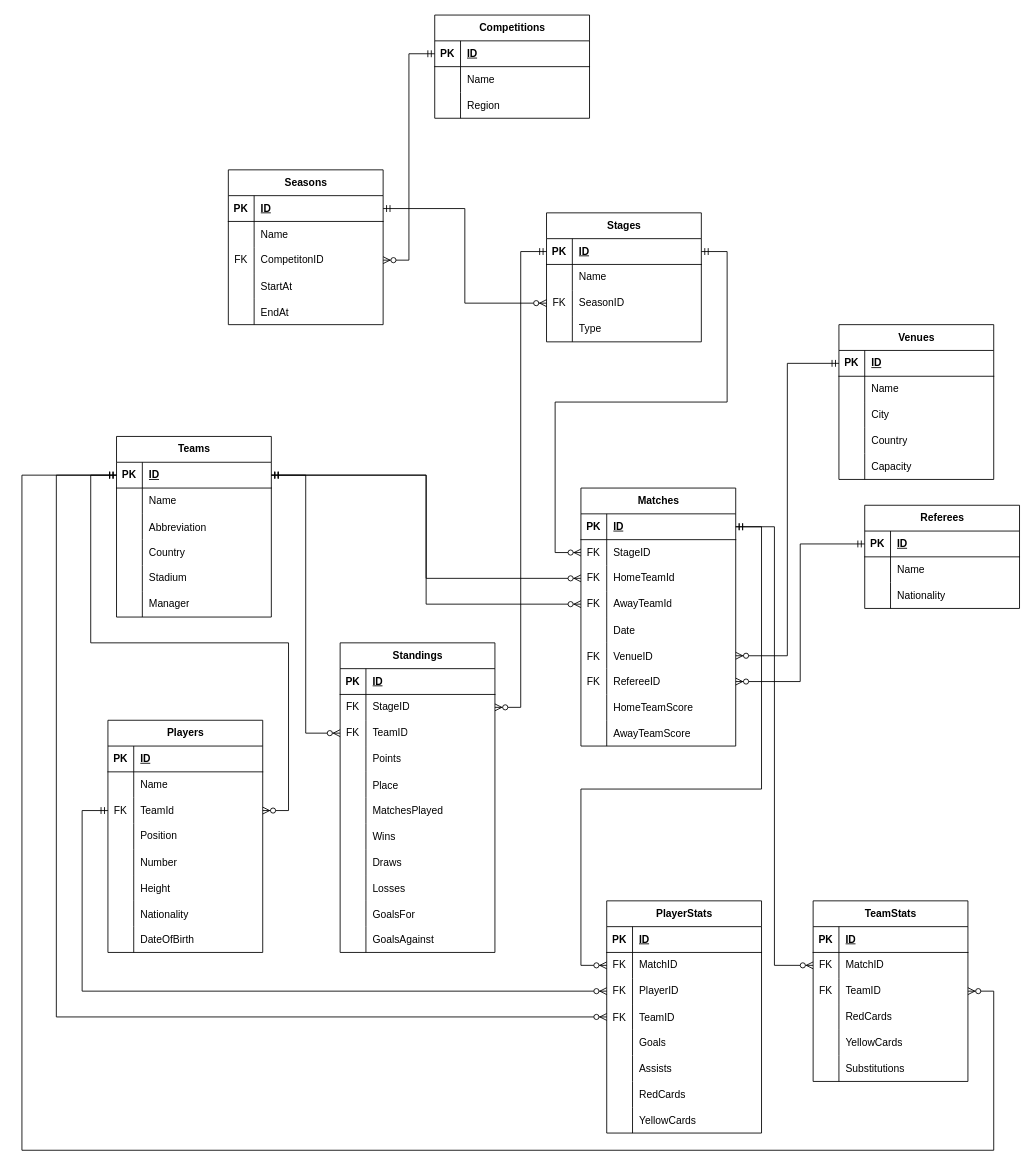
Before: api/diagrams/erd-league-leaders.drawio in romanvcode/league-leaders, a draw.io diagram. Source tidied: cells renumbered, new cells numbered last; positions are measured from the earlier drawing's top-left corner, leaving out a move shared by most shapes. Both pictures are drawn from the tidied source at 86%, with x=0, y=0 at pixel (22, 15).
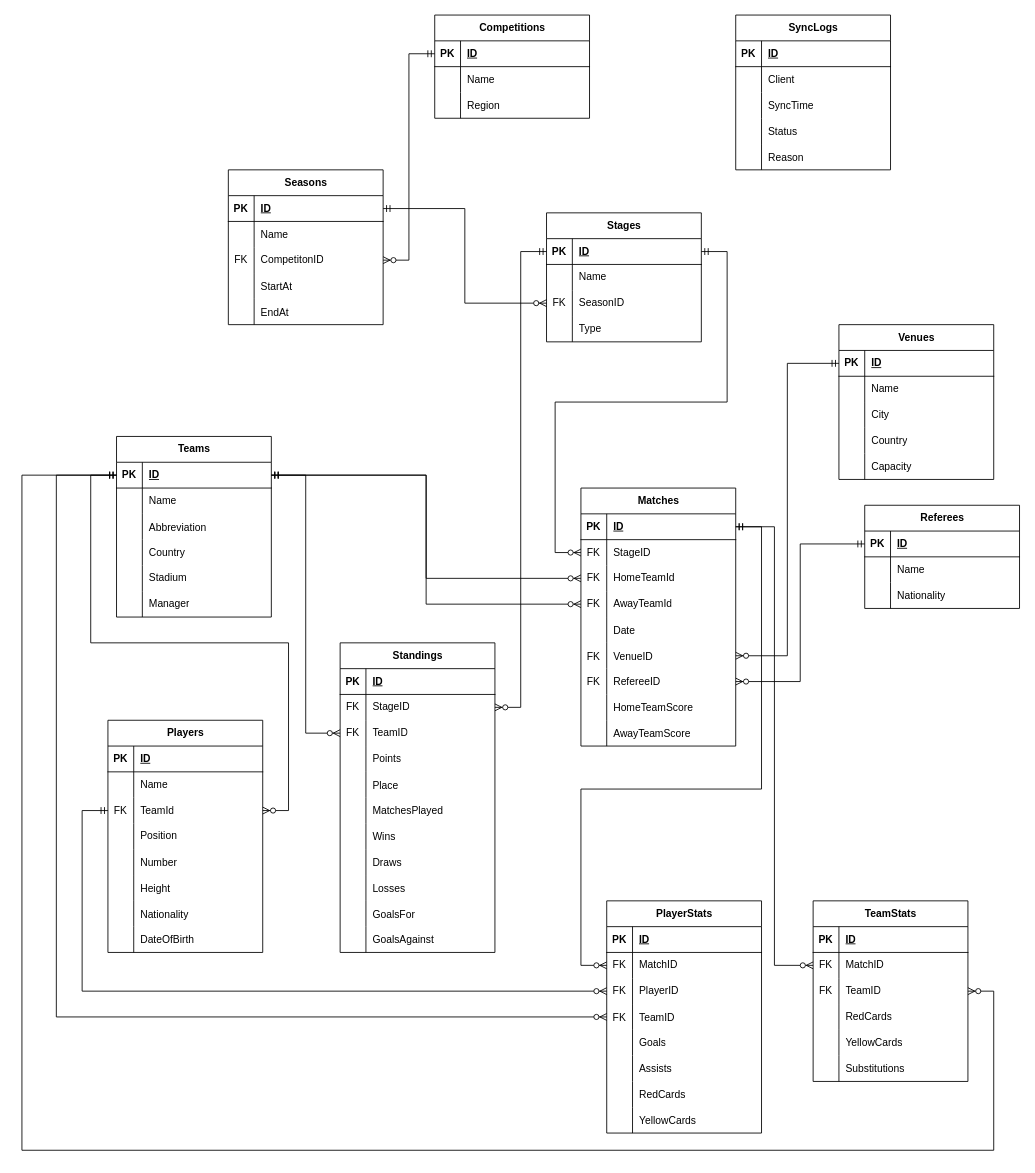
The same diagram, later.

Commit message:
updated diagram according to new db table

Change to the diagram source:
```diff
@@
+    <mxCell id="234" value="SyncLogs" style="shape=table;startSize=30;childLayout=tableLayout;rowLines=0;fontStyle=1;align=center;html=1;" parent="1" vertex="1">
+      <mxGeometry x="830" width="180" height="180" as="geometry" />
+    </mxCell>
+    <mxCell id="235" style="shape=tableRow;horizontal=0;startSize=0;swimlaneHead=0;swimlaneBody=0;fillColor=none;top=0;left=0;right=0;bottom=1;" parent="234" vertex="1">
+      <mxGeometry y="30" width="180" height="30" as="geometry" />
+    </mxCell>
+    <mxCell id="236" value="PK" style="shape=partialRectangle;fillColor=none;top=0;left=0;bottom=0;right=0;fontStyle=1;overflow=hidden;whiteSpace=wrap;html=1;" parent="235" vertex="1">
+      <mxGeometry width="30" height="30" as="geometry" />
+    </mxCell>
+    <mxCell id="237" value="ID" style="shape=partialRectangle;fillColor=none;top=0;left=0;bottom=0;right=0;align=left;spacingLeft=6;fontStyle=5;overflow=hidden;whiteSpace=wrap;html=1;" parent="235" vertex="1">
+      <mxGeometry x="30" width="150" height="30" as="geometry" />
+    </mxCell>
+    <mxCell id="238" style="shape=tableRow;horizontal=0;startSize=0;swimlaneHead=0;swimlaneBody=0;fillColor=none;top=0;left=0;right=0;bottom=0;" parent="234" vertex="1">
+      <mxGeometry y="60" width="180" height="30" as="geometry" />
+    </mxCell>
+    <mxCell id="239" style="shape=partialRectangle;fillColor=none;top=0;left=0;bottom=0;right=0;overflow=hidden;whiteSpace=wrap;html=1;" parent="238" vertex="1">
+      <mxGeometry width="30" height="30" as="geometry" />
+    </mxCell>
+    <mxCell id="240" value="Client" style="shape=partialRectangle;fillColor=none;top=0;left=0;bottom=0;right=0;align=left;spacingLeft=6;overflow=hidden;whiteSpace=wrap;html=1;" parent="238" vertex="1">
+      <mxGeometry x="30" width="150" height="30" as="geometry" />
+    </mxCell>
+    <mxCell id="241" style="shape=tableRow;horizontal=0;startSize=0;swimlaneHead=0;swimlaneBody=0;fillColor=none;top=0;left=0;right=0;bottom=0;" parent="234" vertex="1">
+      <mxGeometry y="90" width="180" height="30" as="geometry" />
+    </mxCell>
+    <mxCell id="242" style="shape=partialRectangle;fillColor=none;top=0;left=0;bottom=0;right=0;overflow=hidden;" parent="241" vertex="1">
+      <mxGeometry width="30" height="30" as="geometry" />
+    </mxCell>
+    <mxCell id="243" value="SyncTime" style="shape=partialRectangle;fillColor=none;top=0;left=0;bottom=0;right=0;align=left;spacingLeft=6;overflow=hidden;" parent="241" vertex="1">
+      <mxGeometry x="30" width="150" height="30" as="geometry" />
+    </mxCell>
+    <mxCell id="244" style="shape=tableRow;horizontal=0;startSize=0;swimlaneHead=0;swimlaneBody=0;fillColor=none;top=0;left=0;right=0;bottom=0;" parent="234" vertex="1">
+      <mxGeometry y="120" width="180" height="30" as="geometry" />
+    </mxCell>
+    <mxCell id="245" style="shape=partialRectangle;fillColor=none;top=0;left=0;bottom=0;right=0;overflow=hidden;" parent="244" vertex="1">
+      <mxGeometry width="30" height="30" as="geometry" />
+    </mxCell>
+    <mxCell id="246" value="Status" style="shape=partialRectangle;fillColor=none;top=0;left=0;bottom=0;right=0;align=left;spacingLeft=6;overflow=hidden;" parent="244" vertex="1">
+      <mxGeometry x="30" width="150" height="30" as="geometry" />
+    </mxCell>
+    <mxCell id="247" style="shape=tableRow;horizontal=0;startSize=0;swimlaneHead=0;swimlaneBody=0;fillColor=none;top=0;left=0;right=0;bottom=0;" parent="234" vertex="1">
+      <mxGeometry y="150" width="180" height="30" as="geometry" />
+    </mxCell>
+    <mxCell id="248" style="shape=partialRectangle;fillColor=none;top=0;left=0;bottom=0;right=0;overflow=hidden;" parent="247" vertex="1">
+      <mxGeometry width="30" height="30" as="geometry" />
+    </mxCell>
+    <mxCell id="249" value="Reason" style="shape=partialRectangle;fillColor=none;top=0;left=0;bottom=0;right=0;align=left;spacingLeft=6;overflow=hidden;" parent="247" vertex="1">
+      <mxGeometry x="30" width="150" height="30" as="geometry" />
+    </mxCell>
```
